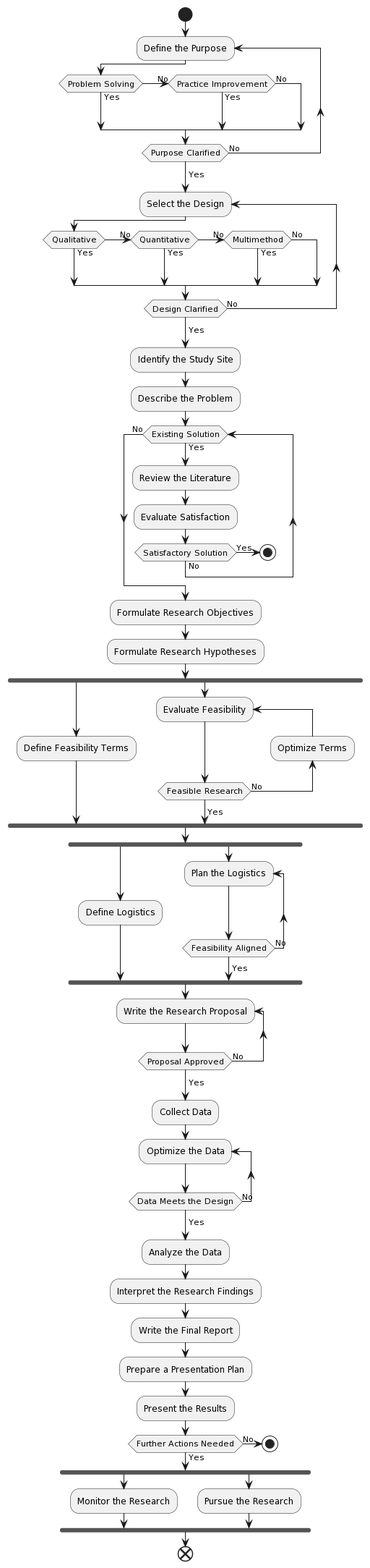
Earlier version of the PlantUML export diagrams/applied-research-conduction/applied-research-conduction.png (khasanshadiyarov/ABC).
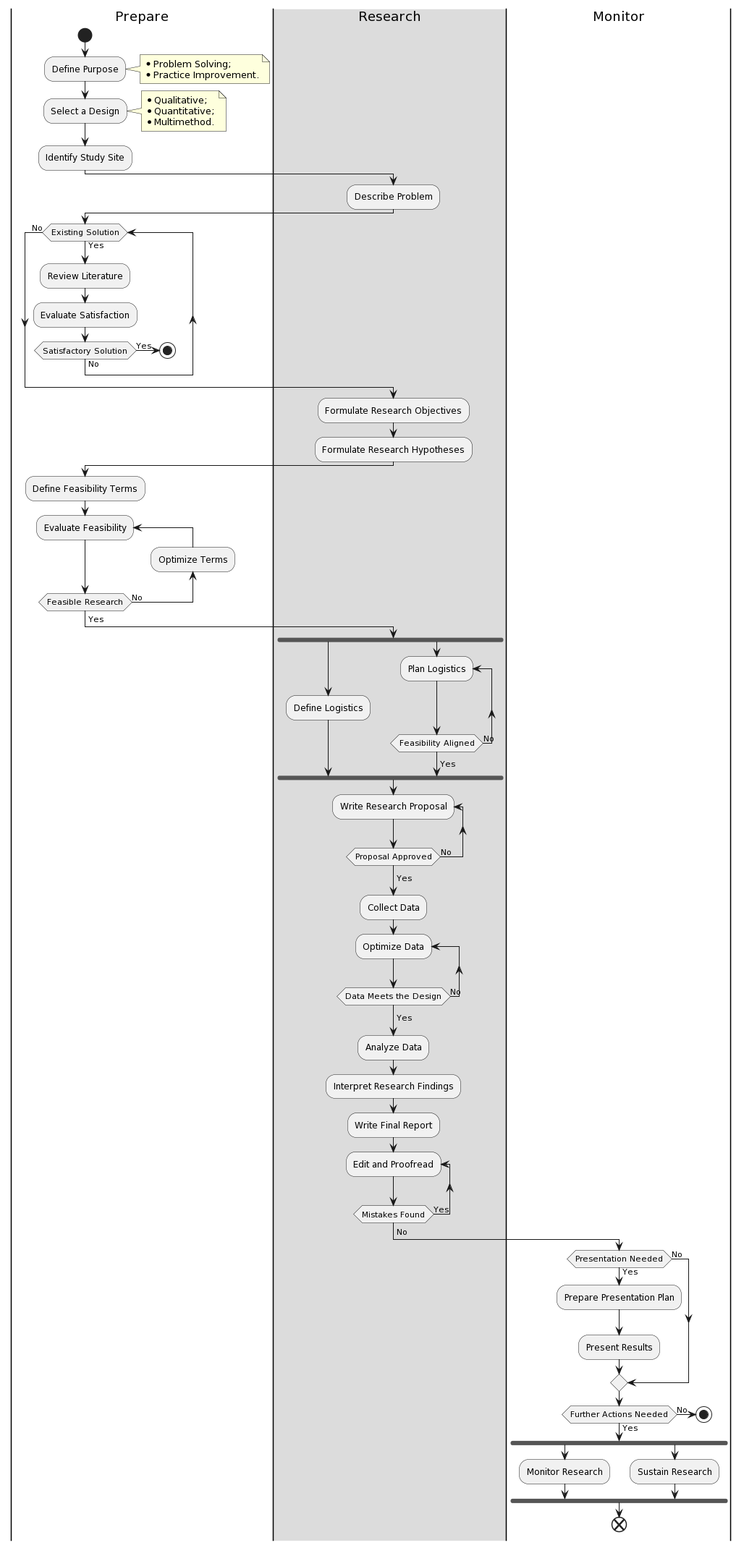
Later version of the same file.

Change to the diagram source:
```diff
@@ -1,64 +1,70 @@
 @startuml
+|Prepare|
 start
-repeat :Define the Purpose;
-    if (Problem Solving) then (Yes)
-    (No) elseif (Practice Improvement) then (Yes)
-    else (No)
-    endif
-repeat while (Purpose Clarified) is (No)
-->Yes;
-repeat :Select the Design;
-    if (Qualitative) then (Yes)
-    (No) elseif (Quantitative) then (Yes)
-    (No) elseif (Multimethod) then (Yes)
-    else (No)
-    endif
-repeat while (Design Clarified) is (No)
-->Yes;
-:Identify the Study Site;
-:Describe the Problem;
+:Define Purpose;
+note right
+    * Problem Solving;
+    * Practice Improvement.
+endnote
+:Select a Design;
+note right
+    * Qualitative;
+    * Quantitative;
+    * Multimethod.
+endnote
+:Identify Study Site;
+|Research|
+:Describe Problem;
+|Prepare|
 while (Existing Solution) is (Yes)
-    :Review the Literature;
+    :Review Literature;
     :Evaluate Satisfaction;
     if (Satisfactory Solution) then (Yes)
         stop
     else (No)
     endif
 endwhile (No)
+|#gainsboro|Research|
 :Formulate Research Objectives;
 :Formulate Research Hypotheses;
-fork
-    :Define Feasibility Terms;
-fork again
-    repeat :Evaluate Feasibility;
-    backward:Optimize Terms;
-    repeat while (Feasible Research) is (No)
-    ->Yes;
-endfork
+|Prepare|
+:Define Feasibility Terms;
+repeat :Evaluate Feasibility;
+backward:Optimize Terms;
+repeat while (Feasible Research) is (No)
+->Yes;
+|Research|
 fork
     :Define Logistics;
 fork again
-    repeat :Plan the Logistics;
+    repeat :Plan Logistics;
     repeat while (Feasibility Aligned) is (No)
     ->Yes;
 endfork
-repeat :Write the Research Proposal;
+repeat :Write Research Proposal;
 repeat while (Proposal Approved) is (No)
 ->Yes;
 :Collect Data;
-repeat :Optimize the Data;
+repeat :Optimize Data;
 repeat while (Data Meets the Design) is (No)
 ->Yes;
-:Analyze the Data;
-:Interpret the Research Findings;
-:Write the Final Report;
-:Prepare a Presentation Plan;
-:Present the Results;
+:Analyze Data;
+:Interpret Research Findings;
+:Write Final Report;
+repeat :Edit and Proofread;
+repeat while (Mistakes Found) is (Yes)
+->No;
+|Monitor|
+if (Presentation Needed) then (Yes)
+    :Prepare Presentation Plan;
+    :Present Results;
+else (No)
+endif
 if (Further Actions Needed) then (Yes)
     fork
-        :Monitor the Research;
+        :Monitor Research;
     fork again
-        :Pursue the Research;
+        :Sustain Research;
     endfork
     end
 else (No)
```
